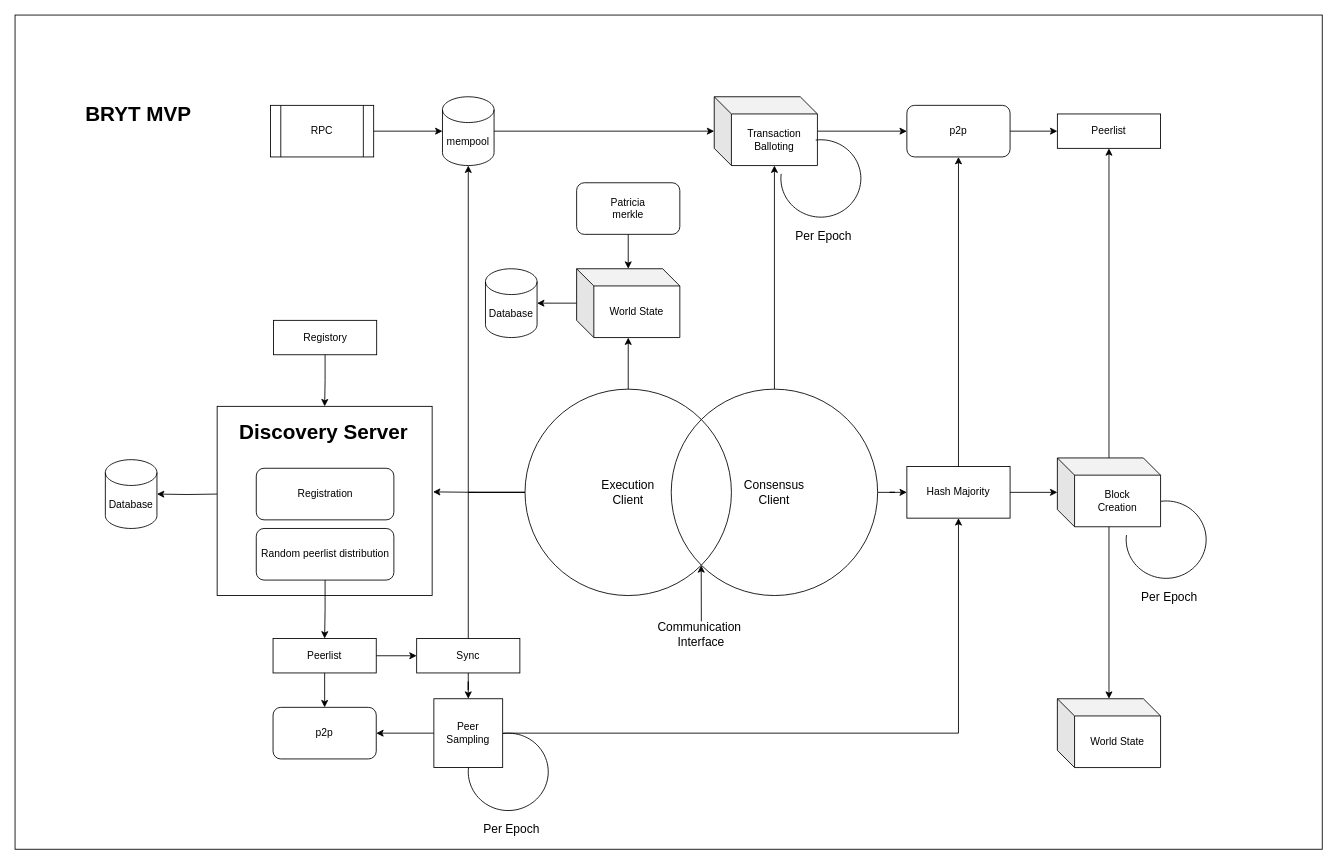
Earlier version of the draw.io diagram Bryt-mpc.drawio (ali-05-ahmed/Concept-Diagrams). Source tidied: cells renumbered, new cells numbered last; positions are measured from the earlier drawing's top-left corner, leaving out a move shared by most shapes. Both pictures are drawn from the tidied source at 86%, with x=0, y=0 at pixel (15, 15).
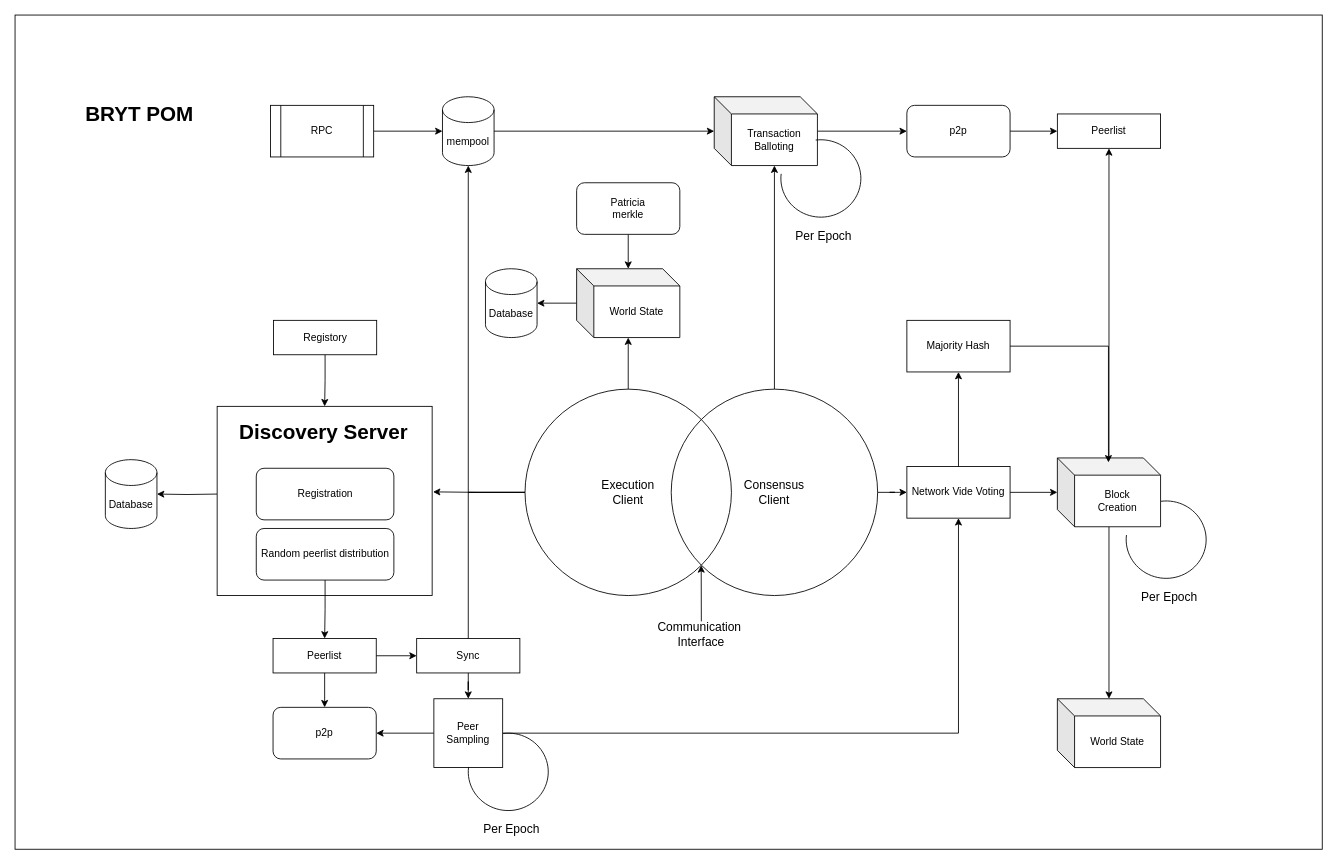
The same page after the edit.

Unchanged cells that the change refers to:
```xml
<mxCell id="36" value="p2p" style="rounded=1;whiteSpace=wrap;html=1;" parent="1" vertex="1">
  <mxGeometry x="1037" y="105" width="120" height="60" as="geometry" />
</mxCell>
<mxCell id="40" value="Block&lt;br&gt;Creation" style="shape=cube;whiteSpace=wrap;html=1;boundedLbl=1;backgroundOutline=1;darkOpacity=0.05;darkOpacity2=0.1;" parent="1" vertex="1">
  <mxGeometry x="1212" y="515" width="120" height="80" as="geometry" />
</mxCell>
```

What changed in the source:
```diff
@@
-    <mxCell id="32" style="edgeStyle=orthogonalEdgeStyle;rounded=0;jettySize=auto;html=1;entryX=0.5;entryY=1;entryDx=0;entryDy=0;" parent="1" edge="1" source="34" target="36">
-      <mxGeometry relative="1" as="geometry" />
-    </mxCell>
@@
+    <mxCell id="59" style="edgeStyle=orthogonalEdgeStyle;rounded=0;jettySize=auto;html=1;" parent="1" edge="1" source="34" target="60">
+      <mxGeometry relative="1" as="geometry" />
+    </mxCell>
-    <mxCell id="34" value="Hash Majority" style="whiteSpace=wrap;html=1;fillColor=none;" parent="1" vertex="1">
+    <mxCell id="34" value="Network Vide Voting" style="whiteSpace=wrap;html=1;fillColor=none;" parent="1" vertex="1">
       <mxGeometry x="1037" y="525" width="120" height="60" as="geometry" />
     </mxCell>
@@
-    <mxCell id="42" value="&lt;h1 style=&quot;margin-top: 0px;&quot;&gt;&lt;span style=&quot;background-color: initial;&quot;&gt;BRYT MVP&lt;/span&gt;&lt;br&gt;&lt;/h1&gt;" style="text;html=1;whiteSpace=wrap;overflow=hidden;rounded=0;" parent="1" vertex="1">
-      <mxGeometry x="80" y="95" width="180" height="50" as="geometry" />
+    <mxCell id="42" value="&lt;h1 style=&quot;margin-top: 0px;&quot;&gt;&lt;span style=&quot;background-color: initial;&quot;&gt;BRYT POM&lt;/span&gt;&lt;br&gt;&lt;/h1&gt;" style="text;html=1;whiteSpace=wrap;overflow=hidden;rounded=0;" parent="1" vertex="1">
+      <mxGeometry x="80" y="95" width="140" height="50" as="geometry" />
     </mxCell>
@@
+    <mxCell id="60" value="Majority Hash" style="whiteSpace=wrap;html=1;fillColor=none;" parent="1" vertex="1">
+      <mxGeometry x="1037" y="355" width="120" height="60" as="geometry" />
+    </mxCell>
+    <mxCell id="61" style="edgeStyle=orthogonalEdgeStyle;rounded=0;jettySize=auto;html=1;entryX=0.495;entryY=0.065;entryDx=0;entryDy=0;entryPerimeter=0;" parent="1" edge="1" source="60" target="40">
+      <mxGeometry relative="1" as="geometry" />
+    </mxCell>
```
